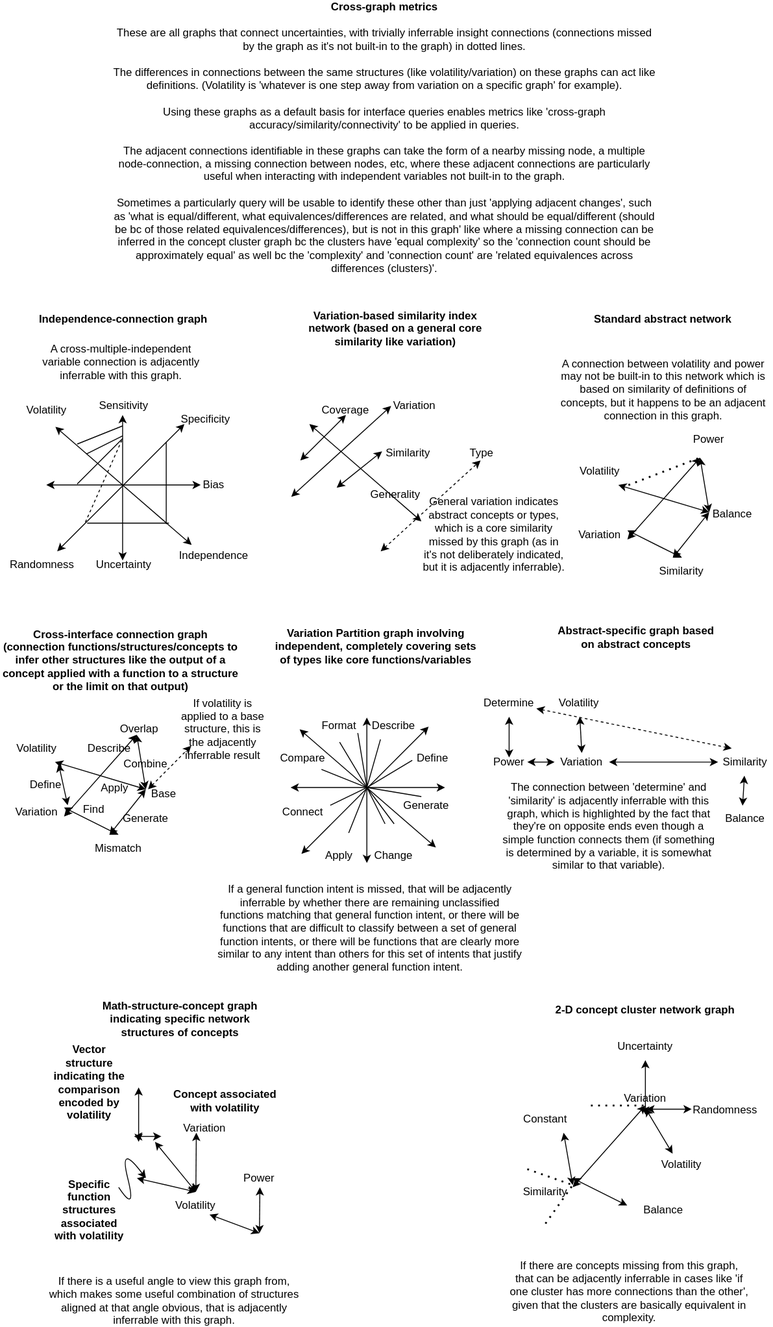
outdreamer/build-a-cure keeps this draw.io diagram as docs/objects/cross_graph_metrics.drawio.svg. Above is the earlier version. Source tidied: cells renumbered, new cells last; positions are measured from the earlier drawing's top-left corner, leaving out a move shared by most shapes.
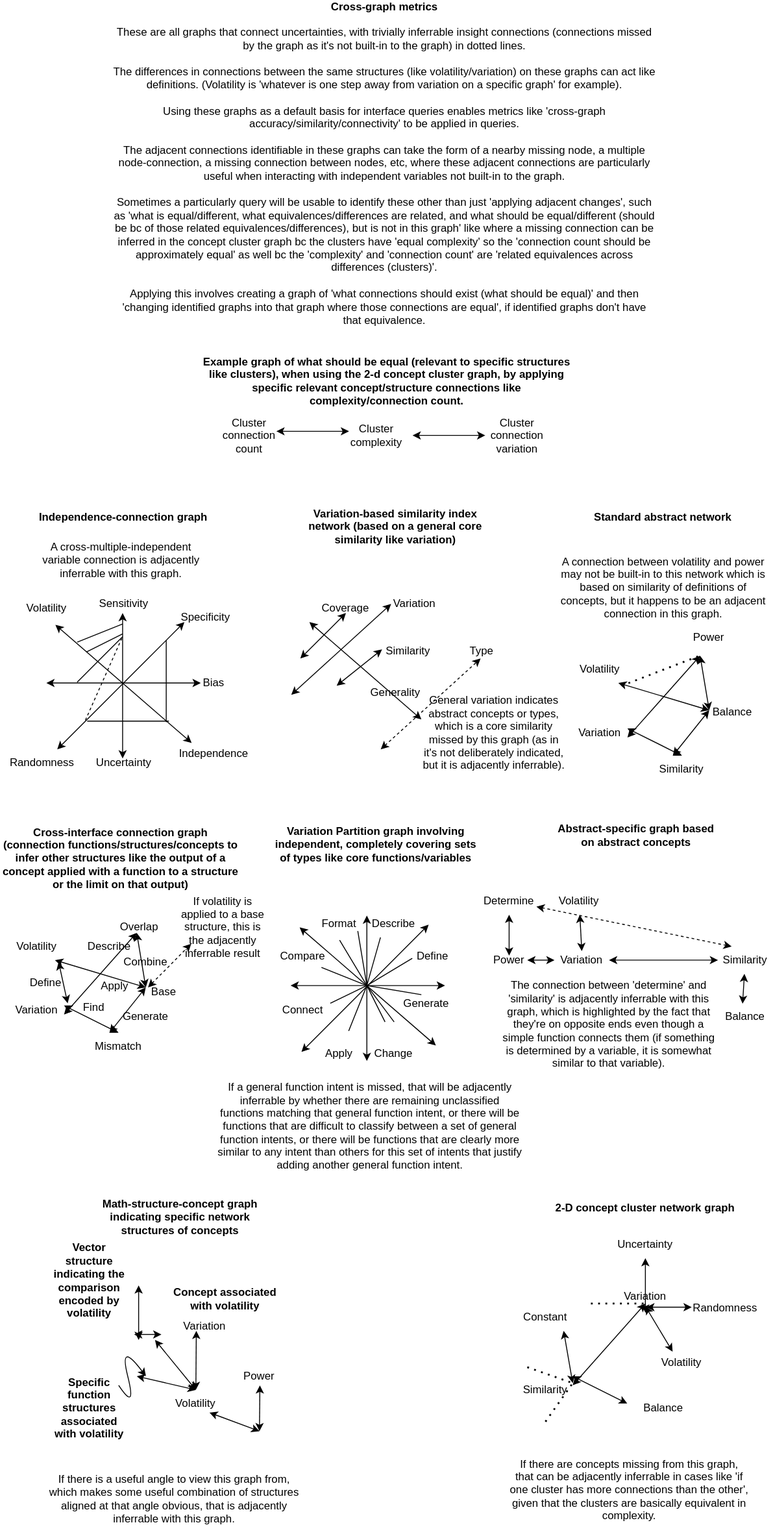
Above is the later version.

Diff of the diagram source:
```diff
@@ -458,8 +458,8 @@
     <mxCell id="100" style="endArrow=classic;startArrow=classic;html=1;rounded=0;entryX=0.25;entryY=0;entryDx=0;entryDy=0;dashed=1;" parent="1" edge="1" source="68" target="69">
       <mxGeometry relative="1" as="geometry" />
     </mxCell>
-    <mxCell id="101" value="&lt;b&gt;Cross-graph metrics&lt;br&gt;&lt;/b&gt;&lt;br&gt;These are all graphs that connect uncertainties, with trivially inferrable insight connections (connections missed by the graph as it's not built-in to the graph) in dotted lines.&lt;br&gt;&lt;br&gt;The differences in connections between the same structures (like volatility/variation) on these graphs can act like definitions. (Volatility is 'whatever is one step away from variation on a specific graph' for example).&lt;br&gt;&lt;br&gt;Using these graphs as a default basis for interface queries enables metrics like 'cross-graph accuracy/similarity/connectivity' to be applied in queries.&lt;br&gt;&lt;br&gt;The adjacent connections identifiable in these graphs can take the form of a nearby missing node, a multiple node-connection, a missing connection between nodes, etc, where these adjacent connections are particularly useful when interacting with independent variables not built-in to the graph. &lt;br&gt;&lt;br&gt;Sometimes a particularly query will be usable to identify these other than just 'applying adjacent changes', such as 'what is equal/different, what equivalences/differences are related, and what should be equal/different (should be bc of those related equivalences/differences), but is not in this graph' like where a missing connection can be inferred in the concept cluster graph bc the clusters have 'equal complexity' so the 'connection count should be approximately equal' as well bc the 'complexity' and 'connection count' are 'related equivalences across differences (clusters)'." style="text;html=1;strokeColor=none;fillColor=none;align=center;verticalAlign=middle;whiteSpace=wrap;rounded=0;" parent="1" vertex="1">
-      <mxGeometry x="122.5" width="600" height="30" as="geometry" />
+    <mxCell id="101" value="&lt;b&gt;Cross-graph metrics&lt;br&gt;&lt;/b&gt;&lt;br&gt;These are all graphs that connect uncertainties, with trivially inferrable insight connections (connections missed by the graph as it's not built-in to the graph) in dotted lines.&lt;br&gt;&lt;br&gt;The differences in connections between the same structures (like volatility/variation) on these graphs can act like definitions. (Volatility is 'whatever is one step away from variation on a specific graph' for example).&lt;br&gt;&lt;br&gt;Using these graphs as a default basis for interface queries enables metrics like 'cross-graph accuracy/similarity/connectivity' to be applied in queries.&lt;br&gt;&lt;br&gt;The adjacent connections identifiable in these graphs can take the form of a nearby missing node, a multiple node-connection, a missing connection between nodes, etc, where these adjacent connections are particularly useful when interacting with independent variables not built-in to the graph. &lt;br&gt;&lt;br&gt;Sometimes a particularly query will be usable to identify these other than just 'applying adjacent changes', such as 'what is equal/different, what equivalences/differences are related, and what should be equal/different (should be bc of those related equivalences/differences), but is not in this graph' like where a missing connection can be inferred in the concept cluster graph bc the clusters have 'equal complexity' so the 'connection count should be approximately equal' as well bc the 'complexity' and 'connection count' are 'related equivalences across differences (clusters)'.&lt;br&gt;&lt;br&gt;Applying this involves creating a graph of 'what connections should exist (what should be equal)' and then 'changing identified graphs into that graph where those connections are equal', if identified graphs don't have that equivalence." style="text;html=1;strokeColor=none;fillColor=none;align=center;verticalAlign=middle;whiteSpace=wrap;rounded=0;" parent="1" vertex="1">
+      <mxGeometry x="122.5" y="-190" width="600" height="30" as="geometry" />
     </mxCell>
     <mxCell id="102" value="Generality" style="text;html=1;strokeColor=none;fillColor=none;align=center;verticalAlign=middle;whiteSpace=wrap;rounded=0;" parent="1" vertex="1">
       <mxGeometry x="405.1" y="393" width="60" height="30" as="geometry" />
@@ -596,5 +596,29 @@
     <mxCell id="138" value="If there is a useful angle to view this graph from, which makes some useful combination of structures aligned at that angle obvious, that is adjacently inferrable with this graph." style="text;html=1;strokeColor=none;fillColor=none;align=center;verticalAlign=middle;whiteSpace=wrap;rounded=0;" parent="1" vertex="1">
       <mxGeometry x="52.6" y="1280" width="277" height="30" as="geometry" />
     </mxCell>
+    <mxCell id="139" style="endArrow=classic;startArrow=classic;html=1;rounded=0;strokeWidth=1;" parent="1" edge="1">
+      <mxGeometry relative="1" as="geometry">
+        <mxPoint x="303.8" y="120" as="sourcePoint" />
+        <mxPoint x="383.8" y="120" as="targetPoint" />
+      </mxGeometry>
+    </mxCell>
+    <mxCell id="140" value="Cluster connection count" style="text;html=1;strokeColor=none;fillColor=none;align=center;verticalAlign=middle;whiteSpace=wrap;rounded=0;" parent="1" vertex="1">
+      <mxGeometry x="243.8" y="110" width="60" height="30" as="geometry" />
+    </mxCell>
+    <mxCell id="141" value="Cluster complexity" style="text;html=1;strokeColor=none;fillColor=none;align=center;verticalAlign=middle;whiteSpace=wrap;rounded=0;" parent="1" vertex="1">
+      <mxGeometry x="383.8" y="110" width="60" height="30" as="geometry" />
+    </mxCell>
+    <mxCell id="142" value="Example graph of what should be equal (relevant to specific structures like clusters), when using the 2-d concept cluster graph, by applying specific relevant concept/structure connections like complexity/connection count." style="text;html=1;strokeColor=none;fillColor=none;align=center;verticalAlign=middle;whiteSpace=wrap;rounded=0;fontStyle=1;" parent="1" vertex="1">
+      <mxGeometry x="217" y="50" width="417" height="30" as="geometry" />
+    </mxCell>
+    <mxCell id="143" value="Cluster connection variation" style="text;html=1;strokeColor=none;fillColor=none;align=center;verticalAlign=middle;whiteSpace=wrap;rounded=0;" parent="1" vertex="1">
+      <mxGeometry x="538.5" y="110" width="60" height="30" as="geometry" />
+    </mxCell>
+    <mxCell id="144" style="endArrow=classic;startArrow=classic;html=1;rounded=0;strokeWidth=1;" parent="1" edge="1">
+      <mxGeometry relative="1" as="geometry">
+        <mxPoint x="453.8" y="124.5" as="sourcePoint" />
+        <mxPoint x="533.8" y="124.5" as="targetPoint" />
+      </mxGeometry>
+    </mxCell>
   </root>
 </mxGraphModel>
```
